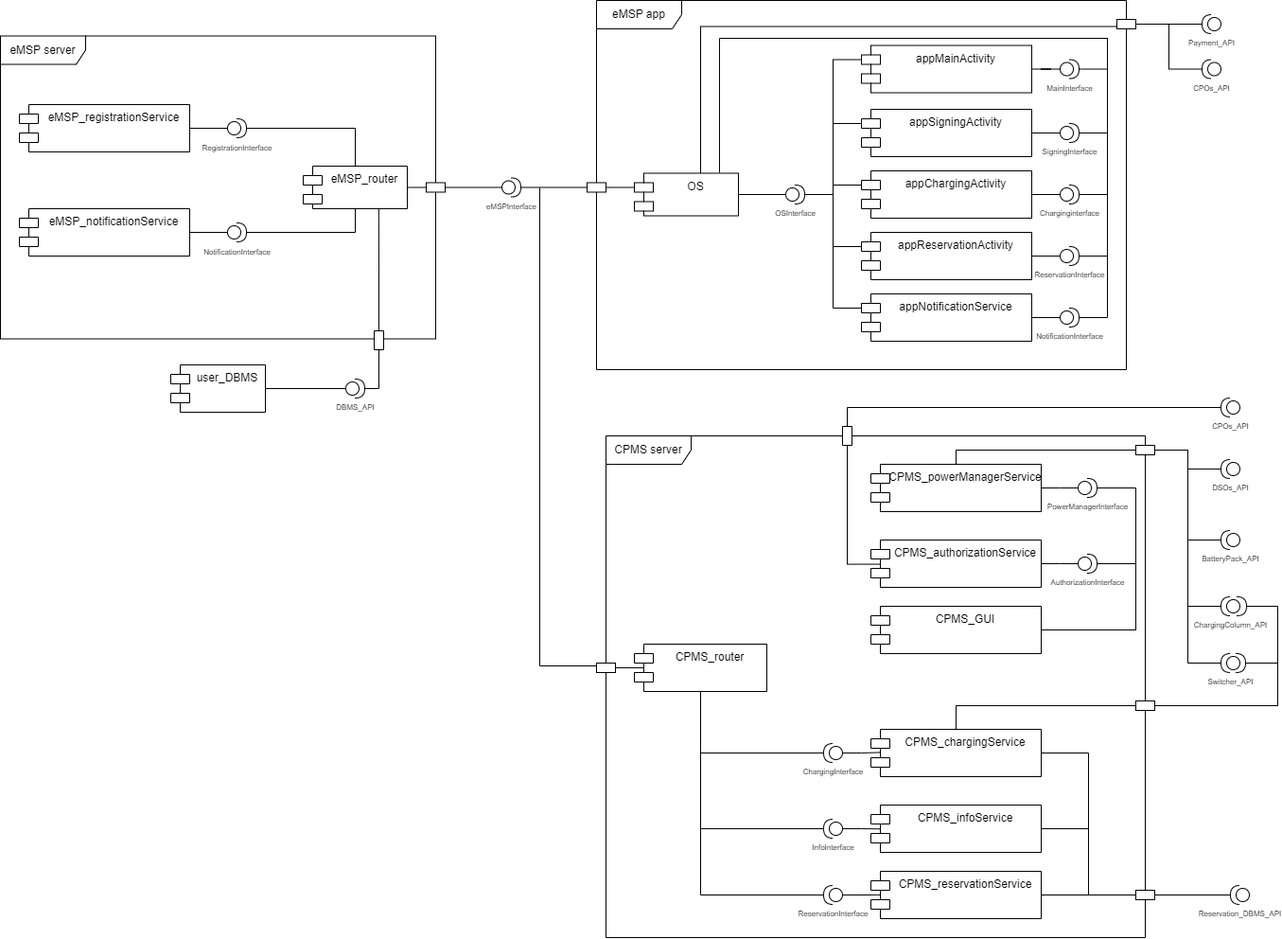
Before: DD/component_diagram.drawio.png, a diagram exported from draw.io (RiccardoBravin/BravinFeltrin). Source tidied: cells renumbered, new cells last; positions are measured from the earlier drawing's top-left corner, leaving out a move shared by most shapes.
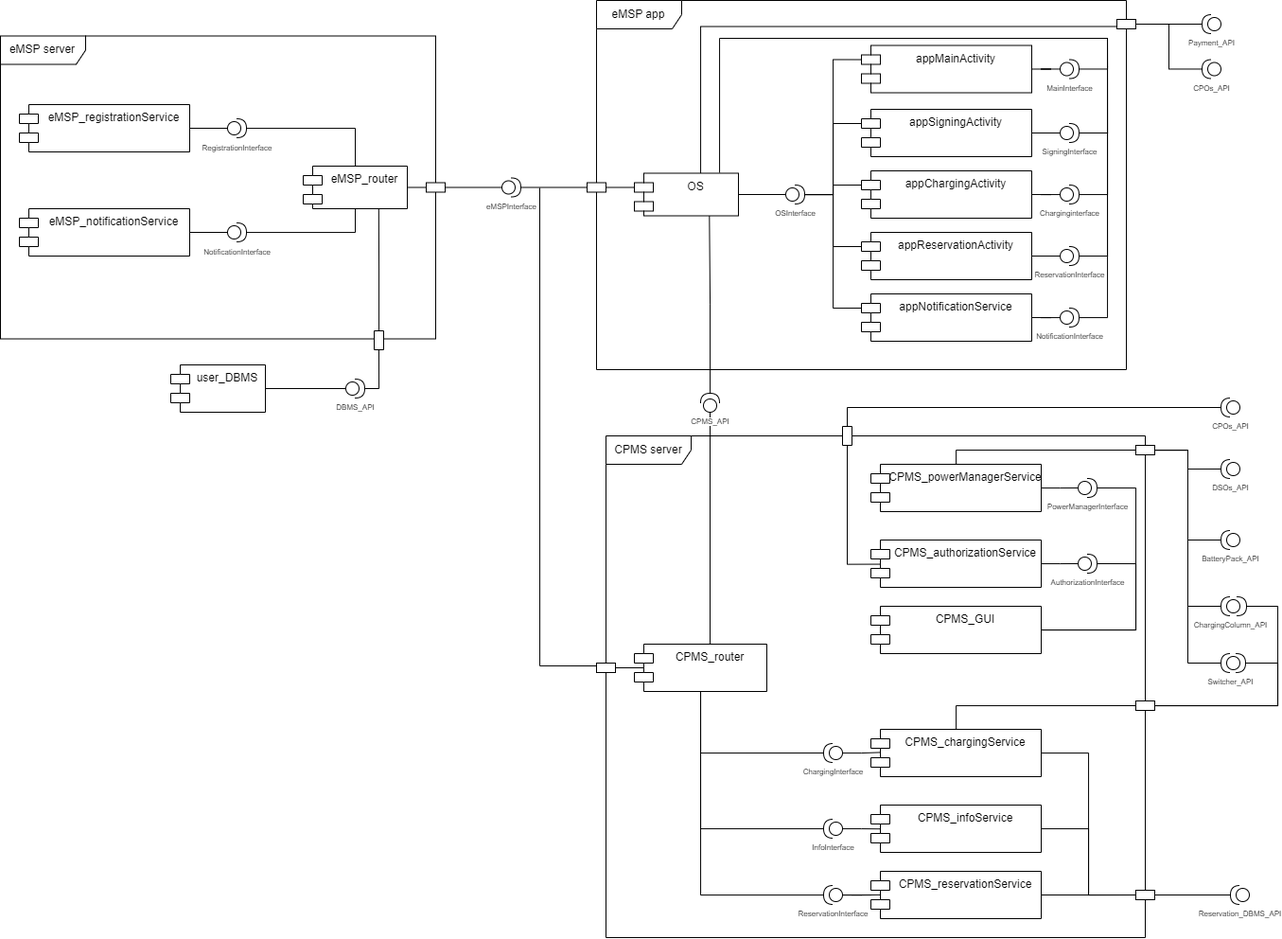
Later version of the same file.

Diff of the diagram source:
```diff
@@ -415,5 +415,16 @@
     <mxCell id="112" style="rounded=0;whiteSpace=wrap;html=1;fontSize=8;" parent="1" vertex="1">
       <mxGeometry x="1200" y="740" width="20" height="10" as="geometry" />
     </mxCell>
+    <mxCell id="113" style="edgeStyle=orthogonalEdgeStyle;rounded=0;jettySize=auto;html=1;endArrow=none;endFill=0;" parent="1" edge="1" source="115">
+      <mxGeometry relative="1" as="geometry">
+        <mxPoint x="750" y="680" as="targetPoint" />
+      </mxGeometry>
+    </mxCell>
+    <mxCell id="114" style="edgeStyle=orthogonalEdgeStyle;rounded=0;jettySize=auto;html=1;entryX=0.721;entryY=1.008;entryDx=0;entryDy=0;entryPerimeter=0;endArrow=none;endFill=0;" parent="1" edge="1" source="115" target="18">
+      <mxGeometry relative="1" as="geometry" />
+    </mxCell>
+    <mxCell id="115" value="CPMS_API" style="shape=providedRequiredInterface;html=1;verticalLabelPosition=bottom;sketch=0;fontSize=8;direction=north;labelBackgroundColor=default;" parent="1" vertex="1">
+      <mxGeometry x="740" y="415" width="20" height="20" as="geometry" />
+    </mxCell>
   </root>
 </mxGraphModel>
```
